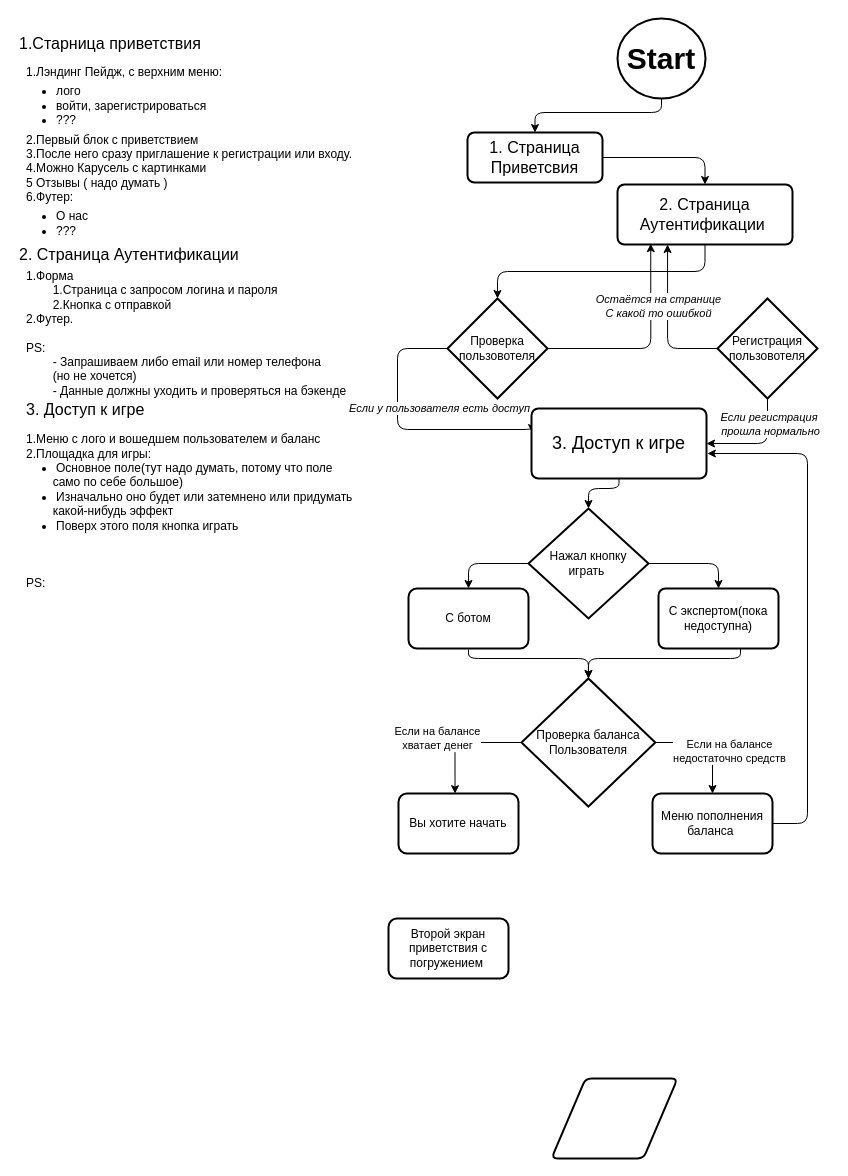
The draw.io diagram lila_game.drawio in tocheniy/llg_diogram, before the edit. Source tidied: cells renumbered, new cells numbered last; positions are measured from the earlier drawing's top-left corner, leaving out a move shared by most shapes. Both pictures are drawn from the tidied source at 100%, with x=0, y=0 at pixel (17, 18).
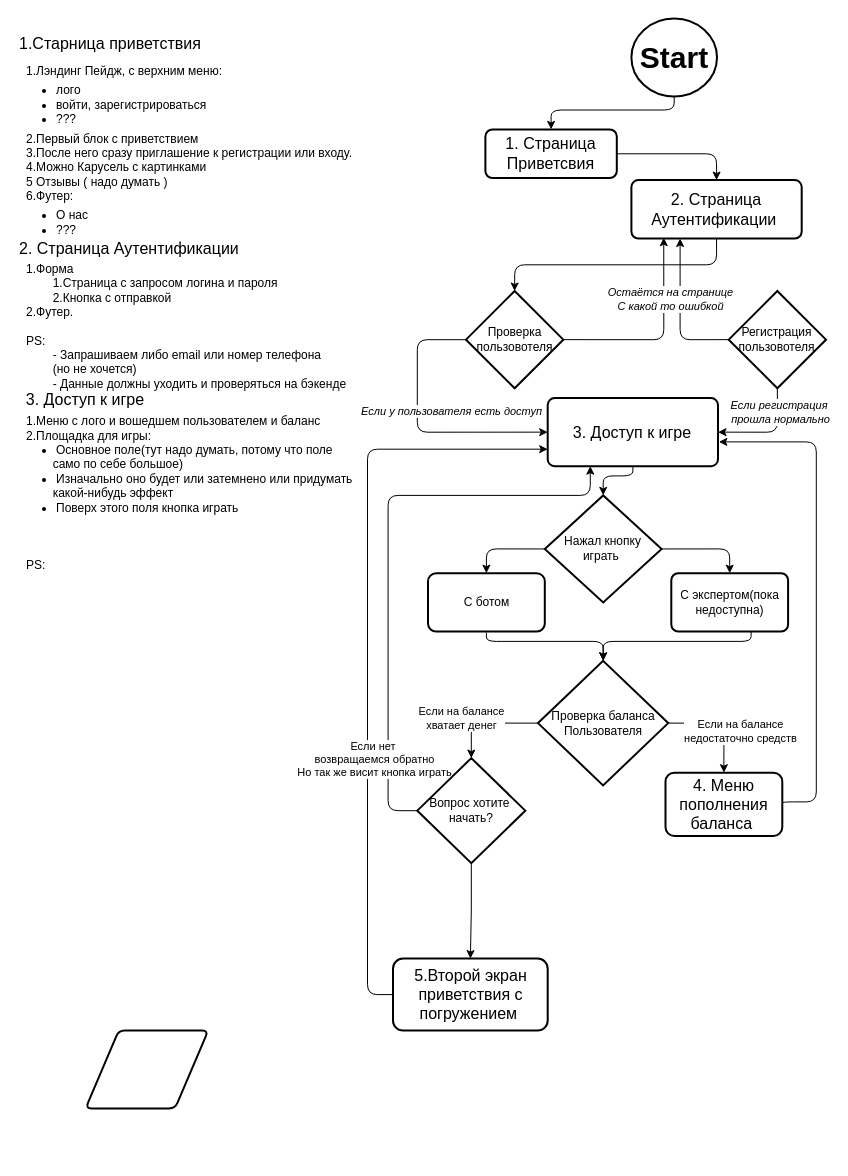
After the change.

Diff of the diagram source:
```diff
@@
-    <mxCell id="2" value="Если у пользователя есть доступ" style="edgeStyle=orthogonalEdgeStyle;rounded=1;jettySize=auto;html=1;exitX=0;exitY=0.5;exitDx=0;exitDy=0;exitPerimeter=0;fontStyle=2;strokeColor=default;align=center;verticalAlign=middle;fontFamily=Helvetica;fontSize=11;fontColor=default;labelBackgroundColor=default;endArrow=classic;curved=0;entryX=0.003;entryY=0.344;entryDx=0;entryDy=0;entryPerimeter=0;" parent="1" edge="1" target="22">
+    <mxCell id="2" value="Если у пользователя есть доступ" style="edgeStyle=orthogonalEdgeStyle;rounded=1;jettySize=auto;html=1;exitX=0;exitY=0.5;exitDx=0;exitDy=0;exitPerimeter=0;fontStyle=2;strokeColor=default;align=center;verticalAlign=middle;fontFamily=Helvetica;fontSize=11;fontColor=default;labelBackgroundColor=default;endArrow=classic;curved=0;entryX=0;entryY=0.5;entryDx=0;entryDy=0;" parent="1" edge="1" target="22">
       <mxGeometry x="0.29" y="21" relative="1" as="geometry">
-        <mxPoint x="430" y="330" as="sourcePoint" />
+        <mxPoint x="448.5" y="321.2" as="sourcePoint" />
         <Array as="points">
-          <mxPoint x="380" y="330" />
-          <mxPoint x="380" y="411" />
-          <mxPoint x="515" y="411" />
+          <mxPoint x="399.8" y="321.2" />
+          <mxPoint x="399.8" y="413.6" />
         </Array>
       </mxGeometry>
     </mxCell>
@@
     <mxCell id="4" value="Проверка пользовотеля" style="strokeWidth=2;html=1;shape=mxgraph.flowchart.decision;whiteSpace=wrap;" parent="1" vertex="1">
-      <mxGeometry x="430" y="280" width="100" height="100" as="geometry" />
+      <mxGeometry x="448.5" y="272.5" width="97.3" height="97.3" as="geometry" />
     </mxCell>
     <mxCell id="5" style="shape=parallelogram;html=1;strokeWidth=2;perimeter=parallelogramPerimeter;whiteSpace=wrap;rounded=1;arcSize=12;size=0.27;" parent="1" vertex="1">
-      <mxGeometry x="534" y="1060" width="126" height="80" as="geometry" />
+      <mxGeometry x="68.1" y="1012.1" width="122.6" height="77.9" as="geometry" />
     </mxCell>
@@
     <mxCell id="7" value="&lt;font style=&quot;font-size: 16px;&quot;&gt;1. Страница Приветсвия&lt;/font&gt;" style="rounded=1;whiteSpace=wrap;html=1;absoluteArcSize=1;arcSize=14;strokeWidth=2;" parent="1" vertex="1">
-      <mxGeometry x="450" y="114" width="135" height="50" as="geometry" />
+      <mxGeometry x="467.9" y="110.9" width="131.4" height="48.7" as="geometry" />
     </mxCell>
     <mxCell id="8" style="edgeStyle=orthogonalEdgeStyle;rounded=1;jettySize=auto;html=1;exitX=0.5;exitY=1;exitDx=0;exitDy=0;exitPerimeter=0;entryX=0.5;entryY=0;entryDx=0;entryDy=0;strokeColor=default;align=center;verticalAlign=middle;fontFamily=Helvetica;fontSize=11;fontColor=default;labelBackgroundColor=default;endArrow=classic;curved=0;" parent="1" edge="1" source="9" target="7">
       <mxGeometry relative="1" as="geometry">
         <Array as="points">
-          <mxPoint x="644" y="94" />
-          <mxPoint x="517" y="94" />
+          <mxPoint x="656.7" y="91.5" />
+          <mxPoint x="533.2" y="91.5" />
         </Array>
       </mxGeometry>
     </mxCell>
     <mxCell id="9" value="&lt;font style=&quot;font-size: 30px;&quot;&gt;&lt;b&gt;Start&lt;/b&gt;&lt;/font&gt;" style="strokeWidth=2;html=1;shape=mxgraph.flowchart.start_2;whiteSpace=wrap;" parent="1" vertex="1">
-      <mxGeometry x="600" width="88" height="80" as="geometry" />
+      <mxGeometry x="613.9" width="85.6" height="77.9" as="geometry" />
     </mxCell>
     <mxCell id="10" value="1.Старница приветствия" style="text;html=1;align=left;verticalAlign=middle;strokeColor=none;fillColor=none;fontSize=16;" parent="1" vertex="1">
-      <mxGeometry y="10" width="210" height="30" as="geometry" />
+      <mxGeometry y="9.7" width="210" height="30" as="geometry" />
     </mxCell>
     <mxCell id="11" value="&lt;span style=&quot;background-color: initial;&quot;&gt;1.Лэндинг Пейдж, с&amp;nbsp;&lt;/span&gt;&lt;span style=&quot;background-color: initial;&quot;&gt;верхним меню:&lt;/span&gt;&lt;br&gt;&lt;div&gt;&lt;div&gt;&lt;ul style=&quot;padding-left: 30px; margin-top: 5px; padding-bottom: 0px; margin-bottom: 5px;&quot;&gt;&lt;li&gt;&lt;span style=&quot;background-color: initial;&quot;&gt;лого&lt;/span&gt;&lt;/li&gt;&lt;li&gt;войти, зарегистрироваться&lt;/li&gt;&lt;li&gt;???&lt;/li&gt;&lt;/ul&gt;&lt;/div&gt;&lt;div&gt;&lt;span style=&quot;background-color: initial;&quot;&gt;2.Первый блок с приветствием&lt;/span&gt;&lt;br&gt;&lt;/div&gt;&lt;div&gt;3.После него сразу приглашение&amp;nbsp;&lt;span style=&quot;background-color: initial;&quot;&gt;к регистрации&amp;nbsp;&lt;/span&gt;&lt;span style=&quot;background-color: initial;&quot;&gt;или входу.&lt;/span&gt;&lt;/div&gt;&lt;div&gt;4.Можно Карусель с картинками&lt;/div&gt;&lt;div&gt;5 Отзывы ( надо думать )&lt;/div&gt;&lt;div&gt;6.Футер:&lt;/div&gt;&lt;div&gt;&lt;ul style=&quot;margin-top: 5px; margin-bottom: 5px; padding-left: 30px;&quot;&gt;&lt;li&gt;О нас&lt;/li&gt;&lt;li&gt;???&lt;/li&gt;&lt;/ul&gt;&lt;div&gt;&lt;br&gt;&lt;/div&gt;&lt;div&gt;&lt;br&gt;&lt;/div&gt;&lt;/div&gt;&lt;/div&gt;" style="text;html=1;align=left;verticalAlign=middle;strokeColor=none;fillColor=none;" parent="1" vertex="1">
-      <mxGeometry x="7" y="40" width="350" height="220" as="geometry" />
+      <mxGeometry x="6.8" y="38.9" width="350" height="220" as="geometry" />
     </mxCell>
     <mxCell id="12" value="&lt;font style=&quot;font-size: 16px;&quot;&gt;2. Страница Аутентификации&amp;nbsp;&lt;/font&gt;" style="rounded=1;whiteSpace=wrap;html=1;absoluteArcSize=1;arcSize=14;strokeWidth=2;" parent="1" vertex="1">
-      <mxGeometry x="600" y="166" width="175" height="60" as="geometry" />
+      <mxGeometry x="613.9" y="161.6" width="170.3" height="58.4" as="geometry" />
     </mxCell>
     <mxCell id="13" value="2. Страница Аутентификации" style="text;align=left;verticalAlign=middle;strokeColor=none;fillColor=none;fontSize=16;" parent="1" vertex="1">
-      <mxGeometry y="220" width="240" height="30" as="geometry" />
+      <mxGeometry y="214.1" width="240" height="30" as="geometry" />
     </mxCell>
     <mxCell id="14" value="&lt;div&gt;&lt;span style=&quot;background-color: initial;&quot;&gt;1.Форма&lt;/span&gt;&lt;br&gt;&lt;/div&gt;&lt;span style=&quot;white-space: pre;&quot;&gt;&#9;&lt;/span&gt;1.Страница с запросом логина и пароля&lt;div&gt;&lt;span style=&quot;white-space: pre;&quot;&gt;&#9;&lt;/span&gt;2.Кнопка с отправкой&lt;/div&gt;&lt;div&gt;2.Футер.&lt;/div&gt;&lt;div&gt;&lt;br&gt;&lt;/div&gt;&lt;div&gt;PS:&lt;/div&gt;&lt;div&gt;&lt;span style=&quot;white-space: pre;&quot;&gt;&#9;&lt;/span&gt;- Запрашиваем либо email или номер телефона&amp;nbsp;&lt;/div&gt;&lt;div&gt;&lt;span style=&quot;white-space: pre;&quot;&gt;&#9;&lt;/span&gt;(&lt;span style=&quot;background-color: initial;&quot;&gt;но не хочется)&lt;/span&gt;&lt;/div&gt;&lt;div&gt;&lt;div&gt;&lt;span style=&quot;white-space: pre;&quot;&gt;&#9;&lt;/span&gt;- Данные должны уходить и проверяться на бэкенде&lt;/div&gt;&lt;/div&gt;" style="text;html=1;align=left;verticalAlign=middle;strokeColor=none;fillColor=none;" parent="1" vertex="1">
-      <mxGeometry x="7" y="245" width="340" height="140" as="geometry" />
+      <mxGeometry x="6.8" y="238.4" width="340" height="140" as="geometry" />
     </mxCell>
@@
     <mxCell id="20" value="Регистрация пользовотеля" style="strokeWidth=2;html=1;shape=mxgraph.flowchart.decision;whiteSpace=wrap;" parent="1" vertex="1">
-      <mxGeometry x="700" y="280" width="100" height="100" as="geometry" />
+      <mxGeometry x="711.2" y="272.5" width="97.3" height="97.3" as="geometry" />
     </mxCell>
     <mxCell id="21" style="edgeStyle=orthogonalEdgeStyle;rounded=1;jettySize=auto;html=1;curved=0;" parent="1" edge="1" source="22" target="27">
       <mxGeometry relative="1" as="geometry">
         <Array as="points">
-          <mxPoint x="601" y="470" />
-          <mxPoint x="571" y="470" />
+          <mxPoint x="614.9" y="457.4" />
+          <mxPoint x="585.7" y="457.4" />
         </Array>
       </mxGeometry>
     </mxCell>
-    <mxCell id="22" value="&lt;span style=&quot;font-size: 18px;&quot;&gt;3. Доступ к игре&lt;/span&gt;" style="rounded=1;whiteSpace=wrap;html=1;absoluteArcSize=1;arcSize=14;strokeWidth=2;" parent="1" vertex="1">
-      <mxGeometry x="514" y="390" width="175" height="70" as="geometry" />
+    <mxCell id="22" value="&lt;font style=&quot;font-size: 16px;&quot;&gt;3. Доступ к игре&lt;/font&gt;" style="rounded=1;whiteSpace=wrap;html=1;absoluteArcSize=1;arcSize=14;strokeWidth=2;" parent="1" vertex="1">
+      <mxGeometry x="530.2" y="379.6" width="170.3" height="68.1" as="geometry" />
     </mxCell>
     <mxCell id="23" value="3. Доступ к игре" style="text;align=left;verticalAlign=middle;strokeColor=none;fillColor=none;fontSize=16;" parent="1" vertex="1">
-      <mxGeometry x="7" y="375" width="140" height="30" as="geometry" />
+      <mxGeometry x="6.8" y="365" width="140" height="30" as="geometry" />
     </mxCell>
     <mxCell id="24" value="&lt;div&gt;&lt;span style=&quot;background-color: initial;&quot;&gt;1.Меню с лого и вошедшем пользователем и баланс&lt;/span&gt;&lt;/div&gt;&lt;div&gt;2.Площадка для игры:&lt;/div&gt;&lt;div&gt;&lt;ul style=&quot;padding-left: 30px; margin-top: 0px; margin-bottom: 0px;&quot;&gt;&lt;li&gt;Основное поле(тут надо думать, потому что поле&amp;nbsp;&lt;/li&gt;&lt;/ul&gt;&lt;span style=&quot;background-color: initial;&quot;&gt;&lt;span style=&quot;white-space: pre;&quot;&gt;&#9;&lt;/span&gt;само по себе большое)&amp;nbsp;&lt;/span&gt;&lt;br&gt;&lt;ul style=&quot;padding-left: 30px; margin-top: 0px; margin-bottom: 0px;&quot;&gt;&lt;li&gt;Изначально оно будет или затемнено или придумать&lt;/li&gt;&lt;/ul&gt;&lt;span style=&quot;background-color: initial;&quot;&gt;&lt;span style=&quot;white-space: pre;&quot;&gt;&#9;&lt;/span&gt;какой-нибудь эффект&amp;nbsp;&lt;/span&gt;&lt;/div&gt;&lt;div&gt;&lt;ul style=&quot;padding-left: 30px; margin-top: 0px; margin-bottom: 0px;&quot;&gt;&lt;li&gt;Поверх этого поля кнопка играть&lt;/li&gt;&lt;/ul&gt;&lt;div&gt;&lt;br&gt;&lt;/div&gt;&lt;/div&gt;&lt;div&gt;&lt;br&gt;&lt;/div&gt;&lt;div&gt;&lt;br&gt;&lt;/div&gt;&lt;div&gt;PS:&lt;br&gt;&lt;div&gt;&lt;br&gt;&lt;/div&gt;&lt;/div&gt;" style="text;html=1;align=left;verticalAlign=middle;strokeColor=none;fillColor=none;" parent="1" vertex="1">
-      <mxGeometry x="7" y="405" width="350" height="190" as="geometry" />
+      <mxGeometry x="6.8" y="387.3" width="350" height="190" as="geometry" />
     </mxCell>
@@
     <mxCell id="27" value="Нажал кнопку играть&amp;nbsp;" style="rhombus;whiteSpace=wrap;html=1;rounded=1;arcSize=0;strokeWidth=2;" parent="1" vertex="1">
-      <mxGeometry x="511" y="490" width="120" height="110" as="geometry" />
+      <mxGeometry x="527.3" y="476.9" width="116.8" height="107.1" as="geometry" />
     </mxCell>
     <mxCell id="28" style="edgeStyle=orthogonalEdgeStyle;rounded=1;jettySize=auto;html=1;exitX=0.5;exitY=1;exitDx=0;exitDy=0;curved=0;" parent="1" edge="1" target="34">
       <mxGeometry relative="1" as="geometry">
-        <mxPoint x="451" y="631" as="sourcePoint" />
+        <mxPoint x="468.9" y="614.1" as="sourcePoint" />
         <Array as="points">
-          <mxPoint x="451" y="640" />
-          <mxPoint x="571" y="640" />
+          <mxPoint x="468.9" y="622.9" />
+          <mxPoint x="585.7" y="622.9" />
         </Array>
       </mxGeometry>
     </mxCell>
     <mxCell id="29" value="С ботом" style="whiteSpace=wrap;html=1;rounded=1;arcSize=14;strokeWidth=2;strokeColor=default;align=center;verticalAlign=middle;fontFamily=Helvetica;fontSize=12;fontColor=default;fillColor=default;" parent="1" vertex="1">
-      <mxGeometry x="391" y="570" width="120" height="60" as="geometry" />
+      <mxGeometry x="410.5" y="554.7" width="116.8" height="58.4" as="geometry" />
     </mxCell>
     <mxCell id="30" style="edgeStyle=orthogonalEdgeStyle;rounded=1;jettySize=auto;html=1;exitX=0.5;exitY=1;exitDx=0;exitDy=0;entryX=0.5;entryY=0;entryDx=0;entryDy=0;curved=0;" parent="1" edge="1" target="34">
       <mxGeometry relative="1" as="geometry">
-        <mxPoint x="723" y="630" as="sourcePoint" />
+        <mxPoint x="733.6" y="613.1" as="sourcePoint" />
         <Array as="points">
-          <mxPoint x="723" y="640" />
-          <mxPoint x="571" y="640" />
+          <mxPoint x="733.6" y="622.9" />
+          <mxPoint x="585.7" y="622.9" />
         </Array>
       </mxGeometry>
     </mxCell>
     <mxCell id="31" value="С экспертом(пока недоступна)" style="whiteSpace=wrap;html=1;rounded=1;arcSize=14;strokeWidth=2;absoluteArcSize=1;" parent="1" vertex="1">
-      <mxGeometry x="641" y="570" width="120" height="60" as="geometry" />
+      <mxGeometry x="653.8" y="554.7" width="116.8" height="58.4" as="geometry" />
     </mxCell>
@@
     <mxCell id="34" value="Проверка баланса&lt;div&gt;Пользователя&lt;/div&gt;" style="rhombus;whiteSpace=wrap;html=1;rounded=1;arcSize=0;strokeWidth=2;" parent="1" vertex="1">
-      <mxGeometry x="504" y="660" width="133.8" height="128" as="geometry" />
+      <mxGeometry x="520.5" y="642.3" width="130.2" height="124.6" as="geometry" />
     </mxCell>
-    <mxCell id="35" value="Вы хотите начать" style="whiteSpace=wrap;html=1;rounded=1;arcSize=14;strokeWidth=2;strokeColor=default;align=center;verticalAlign=middle;fontFamily=Helvetica;fontSize=12;fontColor=default;fillColor=default;" parent="1" vertex="1">
-      <mxGeometry x="381" y="775" width="120" height="60" as="geometry" />
-    </mxCell>
-    <mxCell id="36" style="edgeStyle=orthogonalEdgeStyle;rounded=1;jettySize=auto;html=1;exitX=1;exitY=0.5;exitDx=0;exitDy=0;curved=0;entryX=1.005;entryY=0.643;entryDx=0;entryDy=0;entryPerimeter=0;" parent="1" edge="1" source="37" target="22">
+    <mxCell id="36" style="edgeStyle=orthogonalEdgeStyle;rounded=1;jettySize=auto;html=1;curved=0;entryX=1.005;entryY=0.643;entryDx=0;entryDy=0;entryPerimeter=0;exitX=1;exitY=0.5;exitDx=0;exitDy=0;" parent="1" edge="1" source="37" target="22">
       <mxGeometry relative="1" as="geometry">
         <Array as="points">
-          <mxPoint x="790" y="805" />
-          <mxPoint x="790" y="435" />
+          <mxPoint x="764.8" y="783.4" />
+          <mxPoint x="798.8" y="783.4" />
+          <mxPoint x="798.8" y="423.3" />
         </Array>
       </mxGeometry>
     </mxCell>
-    <mxCell id="37" value="Меню пополнения баланса&amp;nbsp;" style="whiteSpace=wrap;html=1;rounded=1;arcSize=14;strokeWidth=2;strokeColor=default;align=center;verticalAlign=middle;fontFamily=Helvetica;fontSize=12;fontColor=default;fillColor=default;" parent="1" vertex="1">
-      <mxGeometry x="635" y="775" width="120" height="60" as="geometry" />
+    <mxCell id="37" value="&lt;font style=&quot;font-size: 16px;&quot;&gt;4. Меню пополнения баланса&amp;nbsp;&lt;/font&gt;" style="whiteSpace=wrap;html=1;rounded=1;arcSize=14;strokeWidth=2;strokeColor=default;align=center;verticalAlign=middle;fontFamily=Helvetica;fontSize=12;fontColor=default;fillColor=default;" parent="1" vertex="1">
+      <mxGeometry x="648" y="754.2" width="116.8" height="63.3" as="geometry" />
     </mxCell>
+    <mxCell id="41" style="edgeStyle=orthogonalEdgeStyle;rounded=1;jettySize=auto;html=1;fontFamily=Helvetica;fontSize=12;fontColor=default;entryX=0;entryY=0.75;entryDx=0;entryDy=0;curved=0;exitX=0;exitY=0.5;exitDx=0;exitDy=0;" parent="1" edge="1" source="38" target="22">
+      <mxGeometry relative="1" as="geometry">
+        <Array as="points">
+          <mxPoint x="350" y="976" />
+          <mxPoint x="350" y="431" />
+        </Array>
+      </mxGeometry>
+    </mxCell>
-    <mxCell id="38" value="Второй экран приветствия с погружением&amp;nbsp;" style="whiteSpace=wrap;html=1;rounded=1;arcSize=14;strokeWidth=2;strokeColor=default;align=center;verticalAlign=middle;fontFamily=Helvetica;fontSize=12;fontColor=default;fillColor=default;" parent="1" vertex="1">
-      <mxGeometry x="371" y="900" width="120" height="60" as="geometry" />
+    <mxCell id="38" value="&lt;font style=&quot;font-size: 16px;&quot;&gt;5.Второй экран приветствия с погружением&amp;nbsp;&lt;/font&gt;" style="whiteSpace=wrap;html=1;rounded=1;arcSize=14;strokeWidth=2;strokeColor=default;align=center;verticalAlign=middle;fontFamily=Helvetica;fontSize=12;fontColor=default;fillColor=default;" parent="1" vertex="1">
+      <mxGeometry x="375.5" y="940.1" width="154.7" height="72" as="geometry" />
     </mxCell>
-    <mxCell id="39" style="edgeStyle=orthogonalEdgeStyle;rounded=1;jettySize=auto;html=1;exitX=0;exitY=0.5;exitDx=0;exitDy=0;entryX=0.471;entryY=0.002;entryDx=0;entryDy=0;entryPerimeter=0;curved=0;" parent="1" edge="1" source="34" target="35">
+    <mxCell id="39" style="edgeStyle=orthogonalEdgeStyle;rounded=1;jettySize=auto;html=1;exitX=0;exitY=0.5;exitDx=0;exitDy=0;entryX=0.5;entryY=0;entryDx=0;entryDy=0;curved=0;" parent="1" edge="1" source="34" target="45">
       <mxGeometry relative="1" as="geometry" />
     </mxCell>
@@
+    <mxCell id="42" style="edgeStyle=orthogonalEdgeStyle;rounded=1;jettySize=auto;html=1;fontFamily=Helvetica;fontSize=12;fontColor=default;curved=0;entryX=0.25;entryY=1;entryDx=0;entryDy=0;" parent="1" edge="1" source="45" target="22">
+      <mxGeometry relative="1" as="geometry">
+        <Array as="points">
+          <mxPoint x="370.6" y="792.2" />
+          <mxPoint x="370.6" y="476.9" />
+          <mxPoint x="573.1" y="476.9" />
+        </Array>
+      </mxGeometry>
+    </mxCell>
+    <mxCell id="43" value="Если нет&amp;nbsp;&lt;div style=&quot;font-size: 11px;&quot;&gt;возвращаемся обратно&lt;/div&gt;&lt;div style=&quot;font-size: 11px;&quot;&gt;Но так же висит кнопка играть&lt;/div&gt;" style="edgeLabel;html=1;align=center;verticalAlign=middle;rounded=1;strokeColor=default;strokeWidth=2;arcSize=14;fontFamily=Helvetica;fontSize=11;fontColor=default;fillColor=default;" parent="42" vertex="1">
+      <mxGeometry x="-0.67" y="-2" relative="1" as="geometry">
+        <mxPoint x="-16" y="14" as="offset" />
+      </mxGeometry>
+    </mxCell>
+    <mxCell id="44" style="edgeStyle=orthogonalEdgeStyle;rounded=0;jettySize=auto;html=1;fontFamily=Helvetica;fontSize=12;fontColor=default;" parent="1" edge="1" source="45" target="38">
+      <mxGeometry relative="1" as="geometry" />
+    </mxCell>
+    <mxCell id="45" value="Вопрос хотите&amp;nbsp;&lt;div&gt;начать?&lt;/div&gt;" style="rhombus;whiteSpace=wrap;html=1;rounded=1;arcSize=0;strokeWidth=2;" parent="1" vertex="1">
+      <mxGeometry x="399.8" y="739.6" width="108" height="105.1" as="geometry" />
+    </mxCell>
```
